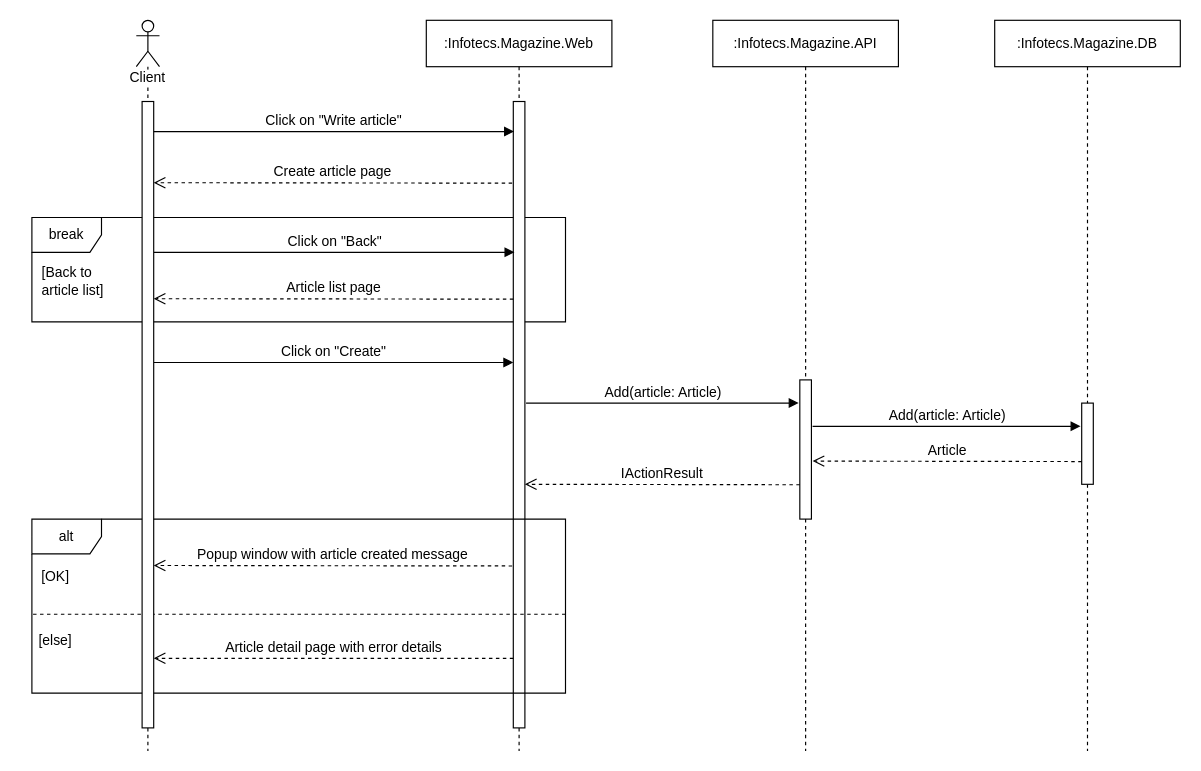
Before: Artifacts/Sequence Diagram Create Article.drawio in HelenMakarchuk/Infotecs.Tasks, a draw.io diagram. Source tidied: cells renumbered, new cells numbered last; positions are measured from the earlier drawing's top-left corner, leaving out a move shared by most shapes. Both pictures are drawn from the tidied source at 116%, with x=0, y=0 at pixel (20, 20).
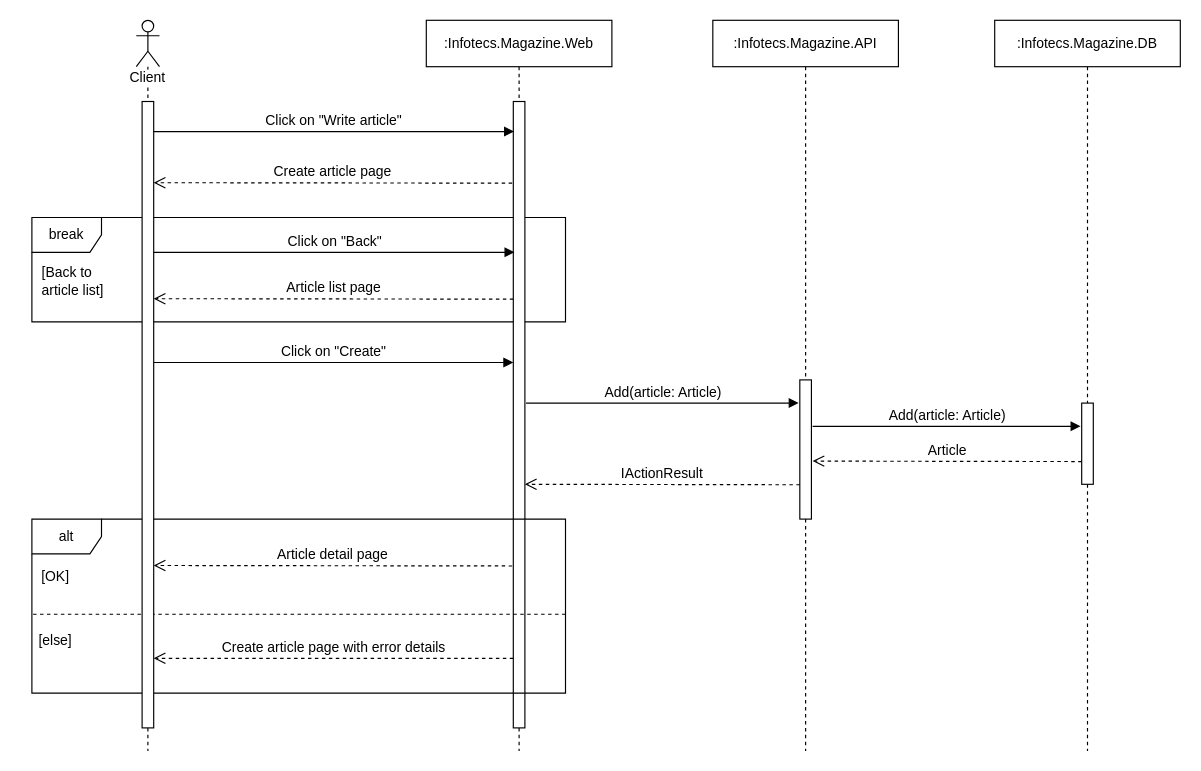
The same diagram, later.

Diff of the diagram source:
```diff
@@
-    <mxCell id="11" value="Popup window with article created message" style="html=1;verticalAlign=bottom;endArrow=open;dashed=1;endSize=8;exitX=0.073;exitY=0.158;exitDx=0;exitDy=0;exitPerimeter=0;entryX=1.103;entryY=0.157;entryDx=0;entryDy=0;entryPerimeter=0;fontSize=12;" parent="1" edge="1">
+    <mxCell id="11" value="Article detail page" style="html=1;verticalAlign=bottom;endArrow=open;dashed=1;endSize=8;exitX=0.073;exitY=0.158;exitDx=0;exitDy=0;exitPerimeter=0;entryX=1.103;entryY=0.157;entryDx=0;entryDy=0;entryPerimeter=0;fontSize=12;" parent="1" edge="1">
       <mxGeometry relative="1" as="geometry">
         <mxPoint x="424" y="470.4" as="sourcePoint" />
         <mxPoint x="115" y="470" as="targetPoint" />
       </mxGeometry>
     </mxCell>
@@
-    <mxCell id="16" value="Article detail page with error details" style="html=1;verticalAlign=bottom;endArrow=open;dashed=1;endSize=8;exitX=0.073;exitY=0.158;exitDx=0;exitDy=0;exitPerimeter=0;entryX=1.103;entryY=0.157;entryDx=0;entryDy=0;entryPerimeter=0;fontSize=12;" parent="1" edge="1">
+    <mxCell id="16" value="Create article page with error details" style="html=1;verticalAlign=bottom;endArrow=open;dashed=1;endSize=8;exitX=0.073;exitY=0.158;exitDx=0;exitDy=0;exitPerimeter=0;entryX=1.103;entryY=0.157;entryDx=0;entryDy=0;entryPerimeter=0;fontSize=12;" parent="1" edge="1">
       <mxGeometry relative="1" as="geometry">
         <mxPoint x="425" y="550" as="sourcePoint" />
         <mxPoint x="115" y="550" as="targetPoint" />
       </mxGeometry>
     </mxCell>
```
